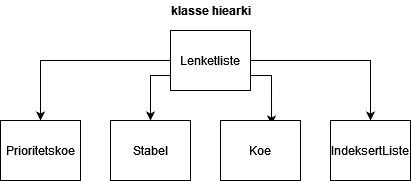
Above: oblig3/klasse hiearki.png in ArianSha/IN1010 (draw.io), before the change. Source tidied: cells renumbered, new cells last; positions are measured from the earlier drawing's top-left corner, leaving out a move shared by most shapes.
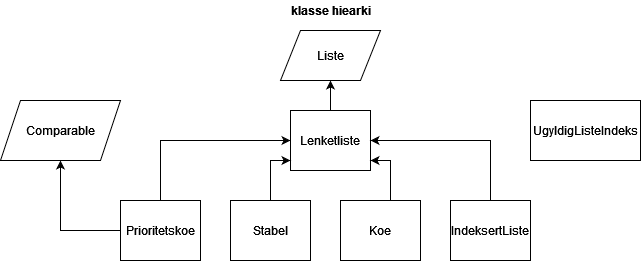
After the commit.

Diff of the diagram source:
```diff
@@ -2,35 +2,74 @@
   <root>
     <mxCell id="0" />
     <mxCell id="1" parent="0" />
+    <mxCell id="12" style="edgeStyle=orthogonalEdgeStyle;rounded=0;jettySize=auto;html=1;entryX=0;entryY=0.5;entryDx=0;entryDy=0;" parent="1" edge="1" source="2" target="8">
+      <mxGeometry relative="1" as="geometry">
+        <Array as="points">
+          <mxPoint x="40" y="60" />
+        </Array>
+      </mxGeometry>
+    </mxCell>
+    <mxCell id="13" style="edgeStyle=orthogonalEdgeStyle;rounded=0;jettySize=auto;html=1;entryX=0.5;entryY=1;entryDx=0;entryDy=0;" parent="1" edge="1" source="2" target="20">
+      <mxGeometry relative="1" as="geometry">
+        <Array as="points">
+          <mxPoint x="-60" y="150" />
+        </Array>
+      </mxGeometry>
+    </mxCell>
     <mxCell id="2" value="Prioritetskoe" style="rounded=0;whiteSpace=wrap;html=1;" parent="1" vertex="1">
       <mxGeometry y="120" width="80" height="60" as="geometry" />
     </mxCell>
     <mxCell id="3" value="&lt;b&gt;klasse hiearki&lt;br&gt;&lt;/b&gt;" style="text;html=1;align=center;verticalAlign=middle;strokeColor=none;fillColor=none;" parent="1" vertex="1">
-      <mxGeometry x="165" width="90" height="20" as="geometry" />
+      <mxGeometry x="165" y="-80" width="90" height="20" as="geometry" />
     </mxCell>
-    <mxCell id="4" style="edgeStyle=orthogonalEdgeStyle;rounded=0;jettySize=auto;html=1;entryX=0.5;entryY=0;entryDx=0;entryDy=0;" parent="1" edge="1" source="8" target="2">
-      <mxGeometry relative="1" as="geometry" />
-    </mxCell>
-    <mxCell id="5" style="edgeStyle=orthogonalEdgeStyle;rounded=0;jettySize=auto;html=1;entryX=0.5;entryY=0;entryDx=0;entryDy=0;" parent="1" edge="1" source="8" target="9">
-      <mxGeometry relative="1" as="geometry" />
-    </mxCell>
-    <mxCell id="6" style="edgeStyle=orthogonalEdgeStyle;rounded=0;jettySize=auto;html=1;exitX=0;exitY=0.75;exitDx=0;exitDy=0;" parent="1" edge="1" source="8" target="10">
-      <mxGeometry relative="1" as="geometry" />
-    </mxCell>
-    <mxCell id="7" style="edgeStyle=orthogonalEdgeStyle;rounded=0;jettySize=auto;html=1;exitX=1;exitY=0.75;exitDx=0;exitDy=0;entryX=0.638;entryY=0.067;entryDx=0;entryDy=0;entryPerimeter=0;" parent="1" edge="1" source="8" target="11">
-      <mxGeometry relative="1" as="geometry" />
-    </mxCell>
+    <mxCell id="14" style="edgeStyle=orthogonalEdgeStyle;rounded=0;jettySize=auto;html=1;entryX=0.5;entryY=1;entryDx=0;entryDy=0;" parent="1" edge="1" source="8" target="18">
+      <mxGeometry relative="1" as="geometry" />
+    </mxCell>
     <mxCell id="8" value="Lenketliste" style="rounded=0;whiteSpace=wrap;html=1;" parent="1" vertex="1">
       <mxGeometry x="170" y="30" width="80" height="60" as="geometry" />
     </mxCell>
+    <mxCell id="15" style="edgeStyle=orthogonalEdgeStyle;rounded=0;jettySize=auto;html=1;entryX=1;entryY=0.5;entryDx=0;entryDy=0;" parent="1" edge="1" source="9" target="8">
+      <mxGeometry relative="1" as="geometry">
+        <Array as="points">
+          <mxPoint x="370" y="60" />
+        </Array>
+      </mxGeometry>
+    </mxCell>
     <mxCell id="9" value="IndeksertListe" style="rounded=0;whiteSpace=wrap;html=1;" parent="1" vertex="1">
       <mxGeometry x="330" y="120" width="80" height="60" as="geometry" />
     </mxCell>
+    <mxCell id="16" style="edgeStyle=orthogonalEdgeStyle;rounded=0;jettySize=auto;html=1;" parent="1" edge="1" source="10">
+      <mxGeometry relative="1" as="geometry">
+        <mxPoint x="170" y="80" as="targetPoint" />
+        <Array as="points">
+          <mxPoint x="150" y="80" />
+          <mxPoint x="170" y="80" />
+        </Array>
+      </mxGeometry>
+    </mxCell>
     <mxCell id="10" value="Stabel" style="rounded=0;whiteSpace=wrap;html=1;" parent="1" vertex="1">
       <mxGeometry x="110" y="120" width="80" height="60" as="geometry" />
     </mxCell>
+    <mxCell id="17" style="edgeStyle=orthogonalEdgeStyle;rounded=0;jettySize=auto;html=1;" parent="1" edge="1" source="11">
+      <mxGeometry relative="1" as="geometry">
+        <mxPoint x="250" y="80" as="targetPoint" />
+        <Array as="points">
+          <mxPoint x="270" y="80" />
+          <mxPoint x="250" y="80" />
+        </Array>
+      </mxGeometry>
+    </mxCell>
     <mxCell id="11" value="Koe" style="rounded=0;whiteSpace=wrap;html=1;" parent="1" vertex="1">
       <mxGeometry x="220" y="120" width="80" height="60" as="geometry" />
     </mxCell>
+    <mxCell id="18" value="Liste" style="shape=parallelogram;perimeter=parallelogramPerimeter;whiteSpace=wrap;html=1;fixedSize=1;" parent="1" vertex="1">
+      <mxGeometry x="160" y="-50" width="100" height="50" as="geometry" />
+    </mxCell>
+    <mxCell id="19" value="UgyldigListeIndeks" style="rounded=0;whiteSpace=wrap;html=1;" parent="1" vertex="1">
+      <mxGeometry x="410" y="20" width="110" height="60" as="geometry" />
+    </mxCell>
+    <mxCell id="20" value="Comparable" style="shape=parallelogram;perimeter=parallelogramPerimeter;whiteSpace=wrap;html=1;fixedSize=1;" parent="1" vertex="1">
+      <mxGeometry x="-120" y="20" width="120" height="60" as="geometry" />
+    </mxCell>
   </root>
 </mxGraphModel>
```
